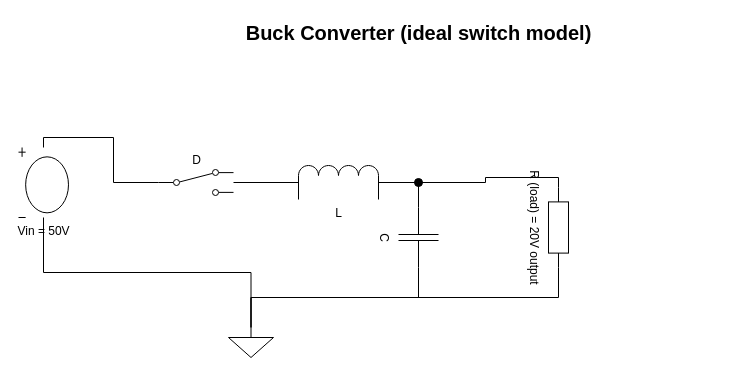
This is Circuits_elements/buck_converter.drawio from np4X/My_worldvibewebs, a draw.io file, before an edit. Source tidied: cells renumbered, new cells numbered last; positions are measured from the earlier drawing's top-left corner, leaving out a move shared by most shapes. Both pictures are drawn from the tidied source at 100%, with x=0, y=0 at pixel (18, 17).
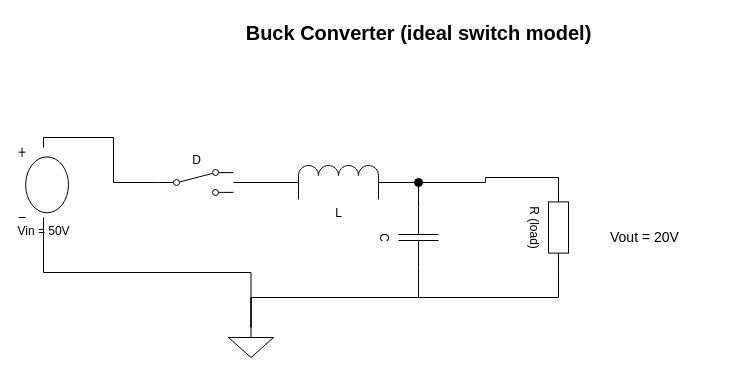
The same page after the edit.

Commit message:
Shorten rotated resistor label, add separate Vout annotation

The full "R (load) = 20V output" label rotated sideways along with the
resistor symbol, hurting readability. Shortened it to "R (load)" and
added Vout=20V as a standalone horizontal text label instead.

Diff of the diagram source:
```diff
@@
 <mxGraphModel>
   <root>
     <mxCell id="0" />
     <mxCell id="1" parent="0" />
     <mxCell id="2" value="Buck Converter (ideal switch model)" style="text;html=1;align=center;verticalAlign=middle;fontSize=20;fontStyle=1;" parent="1" vertex="1">
       <mxGeometry x="220" width="360" height="30" as="geometry" />
     </mxCell>
     <mxCell id="3" value="Vin = 50V" style="verticalLabelPosition=bottom;verticalAlign=top;align=center;html=1;shape=mxgraph.electrical.signal_sources.dc_source_1;" parent="1" vertex="1">
       <mxGeometry y="130" width="50" height="70" as="geometry" />
     </mxCell>
     <mxCell id="4" value="D" style="html=1;shape=mxgraph.electrical.electro-mechanical.twoWaySwitch;elSwitchState=2;verticalLabelPosition=top;verticalAlign=bottom;align=center;" parent="1" vertex="1">
       <mxGeometry x="140" y="152" width="75" height="26" as="geometry" />
     </mxCell>
     <mxCell id="5" value="L" style="verticalLabelPosition=bottom;verticalAlign=top;align=center;html=1;shape=mxgraph.electrical.inductors.inductor;" parent="1" vertex="1">
       <mxGeometry x="280" y="148" width="80" height="34" as="geometry" />
     </mxCell>
     <mxCell id="6" style="ellipse;whiteSpace=wrap;html=1;fillColor=#000000;strokeColor=#000000;" parent="1" vertex="1">
       <mxGeometry x="396" y="161" width="8" height="8" as="geometry" />
     </mxCell>
     <mxCell id="7" value="C" style="verticalLabelPosition=bottom;verticalAlign=top;align=center;html=1;shape=mxgraph.electrical.capacitors.capacitor_1;rotation=90;" parent="1" vertex="1">
       <mxGeometry x="370" y="200" width="60" height="40" as="geometry" />
     </mxCell>
-    <mxCell id="8" value="R (load) = 20V output" style="verticalLabelPosition=bottom;verticalAlign=top;align=center;html=1;shape=mxgraph.electrical.resistors.resistor_1;rotation=90;" parent="1" vertex="1">
+    <mxCell id="8" value="R (load)" style="verticalLabelPosition=bottom;verticalAlign=top;align=center;html=1;shape=mxgraph.electrical.resistors.resistor_1;rotation=90;" parent="1" vertex="1">
       <mxGeometry x="500" y="200" width="80" height="20" as="geometry" />
     </mxCell>
+    <mxCell id="18" value="Vout = 20V" style="text;html=1;align=left;verticalAlign=middle;fontSize=14;" parent="1" vertex="1">
+      <mxGeometry x="590" y="210" width="120" height="20" as="geometry" />
+    </mxCell>
     <mxCell id="9" style="html=1;shape=mxgraph.electrical.signal_sources.signal_ground;" parent="1" vertex="1">
       <mxGeometry x="210" y="310" width="45" height="30" as="geometry" />
     </mxCell>
     <mxCell id="10" style="edgeStyle=orthogonalEdgeStyle;rounded=0;html=1;endArrow=none;startArrow=none;exitX=0.5;exitY=0;exitDx=0;exitDy=0;entryX=0;entryY=0.5;entryDx=0;entryDy=0;" parent="1" edge="1" source="3" target="4">
       <mxGeometry relative="1" as="geometry" />
     </mxCell>
     <mxCell id="11" style="edgeStyle=orthogonalEdgeStyle;rounded=0;html=1;endArrow=none;startArrow=none;exitX=1;exitY=0.5;exitDx=0;exitDy=0;entryX=0;entryY=0.5;entryDx=0;entryDy=0;" parent="1" edge="1" source="4" target="5">
       <mxGeometry relative="1" as="geometry" />
     </mxCell>
     <mxCell id="12" style="edgeStyle=orthogonalEdgeStyle;rounded=0;html=1;endArrow=none;startArrow=none;exitX=1;exitY=0.5;exitDx=0;exitDy=0;entryX=0.5;entryY=0.5;entryDx=0;entryDy=0;" parent="1" edge="1" source="5" target="6">
       <mxGeometry relative="1" as="geometry" />
     </mxCell>
     <mxCell id="13" style="edgeStyle=orthogonalEdgeStyle;rounded=0;html=1;endArrow=none;startArrow=none;exitX=0.5;exitY=0.5;exitDx=0;exitDy=0;entryX=0;entryY=0.5;entryDx=0;entryDy=0;" parent="1" edge="1" source="6" target="7">
       <mxGeometry relative="1" as="geometry" />
     </mxCell>
     <mxCell id="14" style="edgeStyle=orthogonalEdgeStyle;rounded=0;html=1;endArrow=none;startArrow=none;exitX=0.5;exitY=0.5;exitDx=0;exitDy=0;entryX=0;entryY=0.5;entryDx=0;entryDy=0;" parent="1" edge="1" source="6" target="8">
       <mxGeometry relative="1" as="geometry" />
     </mxCell>
     <mxCell id="15" style="edgeStyle=orthogonalEdgeStyle;rounded=0;html=1;endArrow=none;startArrow=none;exitX=1;exitY=0.5;exitDx=0;exitDy=0;entryX=0.5;entryY=0;entryDx=0;entryDy=0;" parent="1" edge="1" source="7" target="9">
       <mxGeometry relative="1" as="geometry" />
     </mxCell>
     <mxCell id="16" style="edgeStyle=orthogonalEdgeStyle;rounded=0;html=1;endArrow=none;startArrow=none;exitX=1;exitY=0.5;exitDx=0;exitDy=0;entryX=0.5;entryY=0;entryDx=0;entryDy=0;" parent="1" edge="1" source="8" target="9">
       <mxGeometry relative="1" as="geometry" />
     </mxCell>
     <mxCell id="17" style="edgeStyle=orthogonalEdgeStyle;rounded=0;html=1;endArrow=none;startArrow=none;exitX=0.5;exitY=1;exitDx=0;exitDy=0;entryX=0.5;entryY=0;entryDx=0;entryDy=0;" parent="1" edge="1" source="3" target="9">
       <mxGeometry relative="1" as="geometry" />
     </mxCell>
   </root>
 </mxGraphModel>
```
